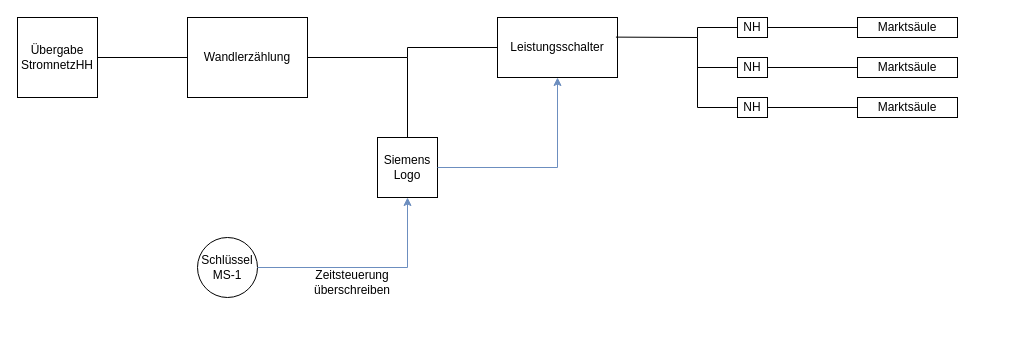
Before: Unbenanntes Diagramm.drawio in Der-Kai-T/draw.io, a draw.io diagram. Source tidied: cells renumbered, new cells numbered last; positions are measured from the earlier drawing's top-left corner, leaving out a move shared by most shapes. Both pictures are drawn from the tidied source at 100%, with x=0, y=0 at pixel (17, 17).
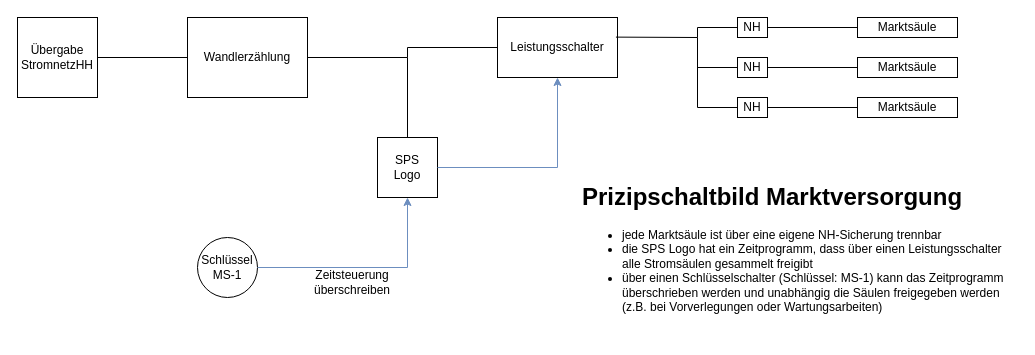
The same diagram, later.

Diff of the diagram source:
```diff
@@
-    <mxCell id="10" value="Siemens Logo" style="rounded=0;whiteSpace=wrap;html=1;" parent="1" vertex="1">
+    <mxCell id="10" value="SPS&lt;br&gt;Logo" style="rounded=0;whiteSpace=wrap;html=1;" parent="1" vertex="1">
       <mxGeometry x="360" y="120" width="60" height="60" as="geometry" />
     </mxCell>
@@
+    <mxCell id="25" value="&lt;h1&gt;Prizipschaltbild Marktversorgung&lt;/h1&gt;&lt;p&gt;&lt;/p&gt;&lt;ul&gt;&lt;li&gt;jede Marktsäule ist über eine eigene NH-Sicherung trennbar&lt;/li&gt;&lt;li&gt;die SPS Logo hat ein Zeitprogramm, dass über einen Leistungsschalter alle Stromsäulen gesammelt freigibt&lt;/li&gt;&lt;li&gt;über einen Schlüsselschalter (Schlüssel: MS-1) kann das Zeitprogramm überschrieben werden und unabhängig die Säulen freigegeben werden (z.B. bei Vorverlegungen oder Wartungsarbeiten)&lt;/li&gt;&lt;/ul&gt;&lt;p&gt;&lt;/p&gt;&lt;p&gt;&lt;br&gt;&lt;/p&gt;" style="text;html=1;strokeColor=none;fillColor=none;spacing=5;spacingTop=-20;whiteSpace=wrap;overflow=hidden;rounded=0;" parent="1" vertex="1">
+      <mxGeometry x="560" y="160" width="440" height="160" as="geometry" />
+    </mxCell>
```
